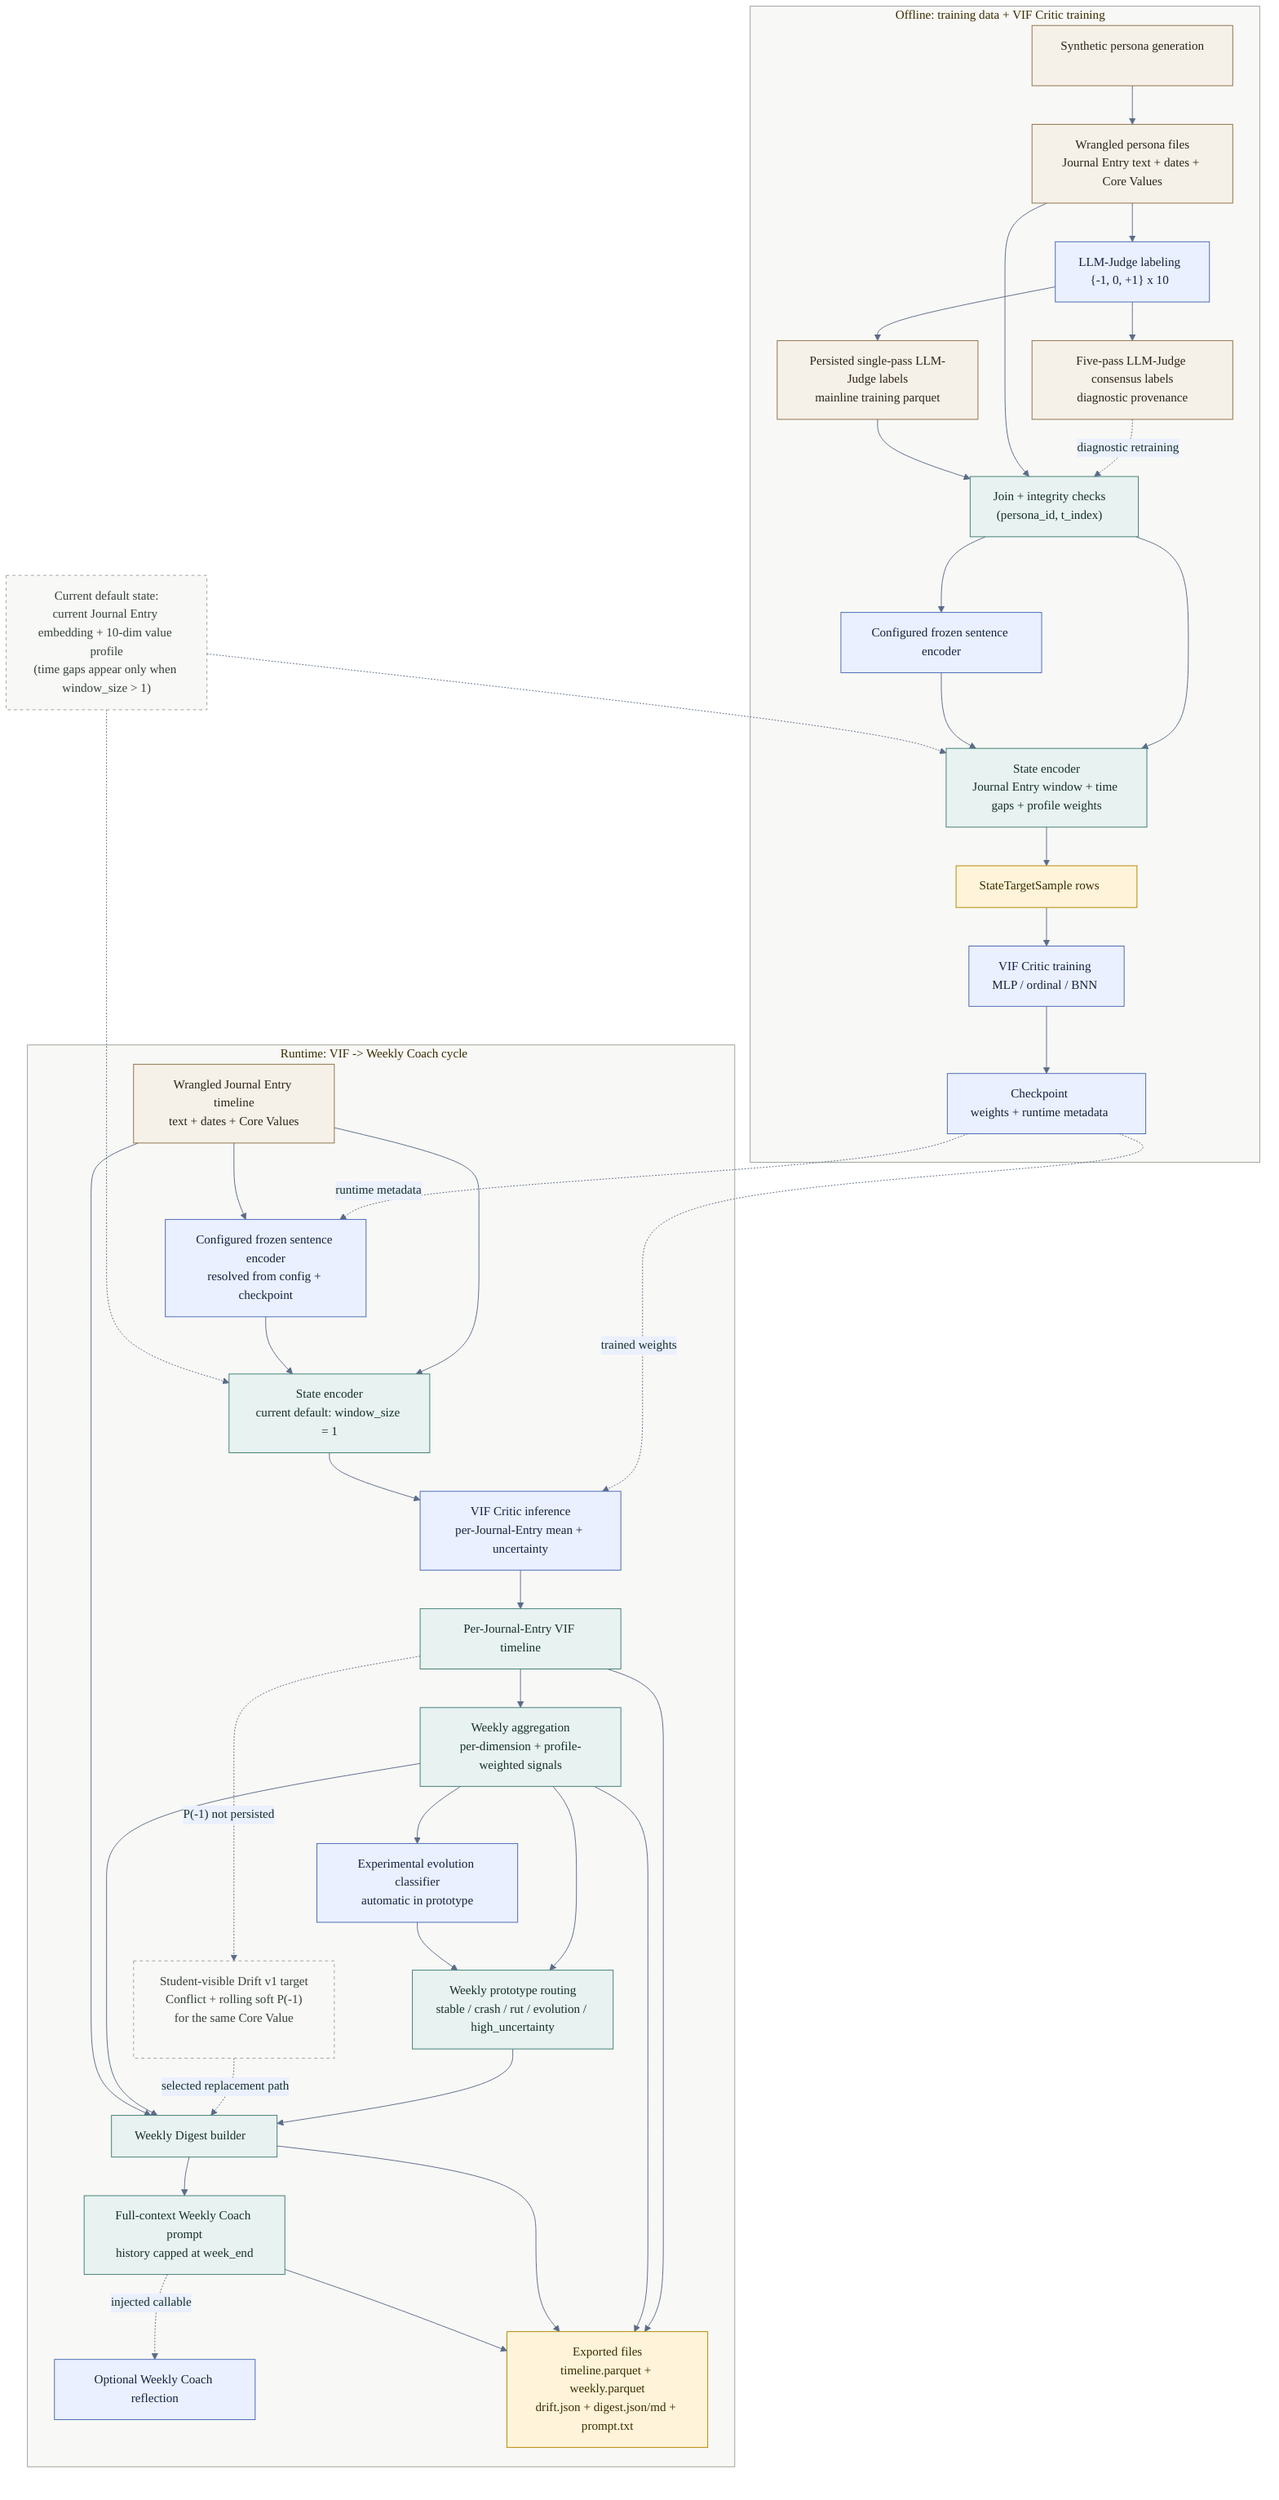
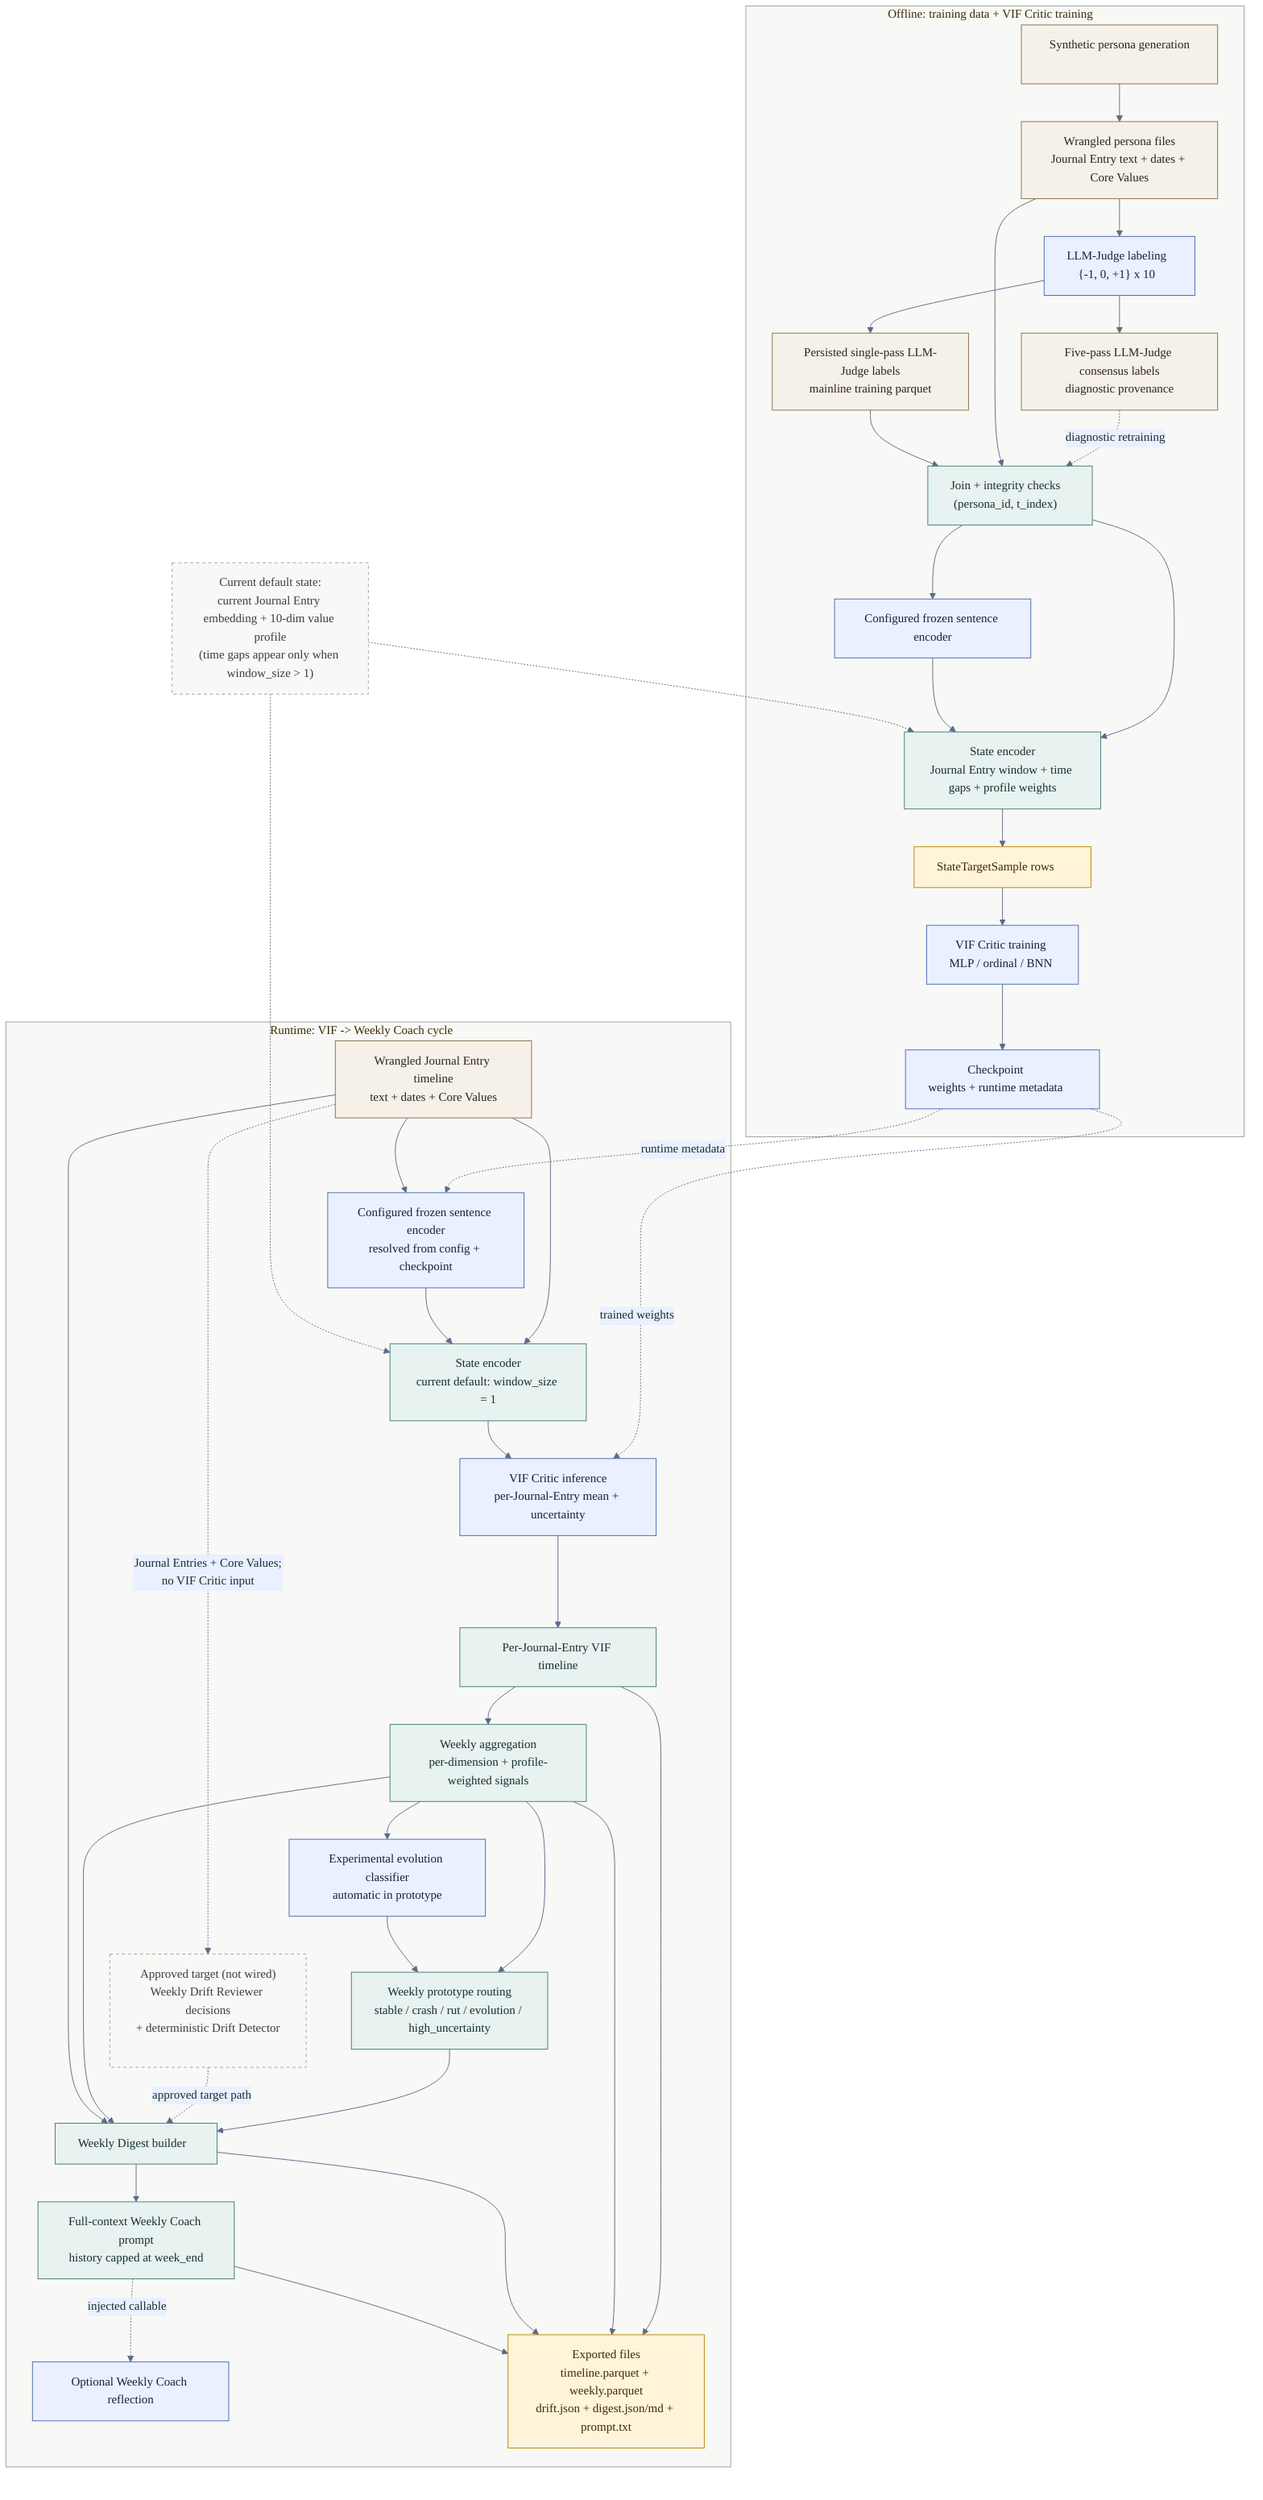
%%{init: {
  'theme': 'base',
  'themeVariables': {
    'fontFamily': 'ui-sans-serif, system-ui, sans-serif',
    'primaryColor': '#E8F2F0',
    'primaryTextColor': '#16302D',
    'primaryBorderColor': '#3F7C73',
    'lineColor': '#5B6B88',
    'secondaryColor': '#EAF0FF',
    'secondaryTextColor': '#15223E',
    'secondaryBorderColor': '#4767B3',
    'tertiaryColor': '#FFF4D9',
    'tertiaryTextColor': '#3B2C00',
    'tertiaryBorderColor': '#B38600',
    'clusterBkg': '#F8F8F6',
    'clusterBorder': '#9CA39A'
  }
}}%%
flowchart TB
    classDef data fill:#F6F1E8,stroke:#8B6F47,color:#2D2418;
    classDef process fill:#E8F2F0,stroke:#3F7C73,color:#16302D;
    classDef model fill:#EAF0FF,stroke:#4767B3,color:#15223E;
    classDef artifact fill:#FFF4D9,stroke:#B38600,color:#3B2C00;
    classDef note fill:#F8F8F6,stroke:#9CA39A,color:#36413B,stroke-dasharray: 4 4;

    subgraph offline["Offline: training data + VIF Critic training"]
        generator["Synthetic persona generation"]
        wrangled_train["Wrangled persona files<br/>Journal Entry text + dates + Core Values"]
        judge["LLM-Judge labeling<br/>{-1, 0, +1} x 10"]
        labels["Persisted single-pass LLM-Judge labels<br/>mainline training parquet"]
        consensus["Five-pass LLM-Judge consensus labels<br/>diagnostic provenance"]
        merge["Join + integrity checks<br/>(persona_id, t_index)"]
        encoder_train["Configured frozen sentence encoder"]
        state_train["State encoder<br/>Journal Entry window + time gaps + profile weights"]
        dataset["StateTargetSample rows"]
        critic_train["VIF Critic training<br/>MLP / ordinal / BNN"]
        checkpoint["Checkpoint<br/>weights + runtime metadata"]
    end

    subgraph runtime["Runtime: VIF -> Weekly Coach cycle"]
        wrangled_runtime["Wrangled Journal Entry timeline<br/>text + dates + Core Values"]
        encoder_runtime["Configured frozen sentence encoder<br/>resolved from config + checkpoint"]
        state_runtime["State encoder<br/>current default: window_size = 1"]
        critic["VIF Critic inference<br/>per-Journal-Entry mean + uncertainty"]
        timeline["Per-Journal-Entry VIF timeline"]
        weekly["Weekly aggregation<br/>per-dimension + profile-weighted signals"]
        evolution["Experimental evolution classifier<br/>automatic in prototype"]
        drift["Weekly prototype routing<br/>stable / crash / rut / evolution / high_uncertainty"]
-         drift_v1["Student-visible Drift v1 target<br/>Conflict + rolling soft P(-1)<br/>for the same Core Value"]
+         drift_v1["Approved target (not wired)<br/>Weekly Drift Reviewer decisions<br/>+ deterministic Drift Detector"]
        digest["Weekly Digest builder"]
        prompt["Full-context Weekly Coach prompt<br/>history capped at week_end"]
        coach["Optional Weekly Coach reflection"]
        exports["Exported files<br/>timeline.parquet + weekly.parquet<br/>drift.json + digest.json/md + prompt.txt"]
    end

    default_note["Current default state:<br/>current Journal Entry embedding + 10-dim value profile<br/>(time gaps appear only when window_size > 1)"]

    generator --> wrangled_train
    wrangled_train --> judge
    judge --> labels
    judge --> consensus
    consensus -. "diagnostic retraining" .-> merge
    wrangled_train --> merge
    labels --> merge
    merge --> encoder_train
    merge --> state_train
    encoder_train --> state_train
    state_train --> dataset
    dataset --> critic_train
    critic_train --> checkpoint

    checkpoint -. "trained weights" .-> critic
    checkpoint -. "runtime metadata" .-> encoder_runtime
    wrangled_runtime --> encoder_runtime
    wrangled_runtime --> state_runtime
    encoder_runtime --> state_runtime
    state_runtime --> critic
    critic --> timeline
    timeline --> weekly
    weekly --> drift
    weekly --> evolution --> drift
-     timeline -. "P(-1) not persisted" .-> drift_v1
+     wrangled_runtime -. "Journal Entries + Core Values;<br/>no VIF Critic input" .-> drift_v1
    drift --> digest
-     drift_v1 -. "selected replacement path" .-> digest
+     drift_v1 -. "approved target path" .-> digest
    weekly --> digest
    wrangled_runtime --> digest
    digest --> prompt
    prompt -. "injected callable" .-> coach
    timeline --> exports
    weekly --> exports
    digest --> exports
    prompt --> exports

    default_note -.-> state_train
    default_note -.-> state_runtime

    class generator,wrangled_train,labels,consensus,wrangled_runtime data;
    class merge,state_train,state_runtime,weekly,drift,digest,prompt process;
    class judge,encoder_train,encoder_runtime,critic_train,checkpoint,critic,coach,evolution model;
    class dataset,exports artifact;
    class default_note,drift_v1 note;
